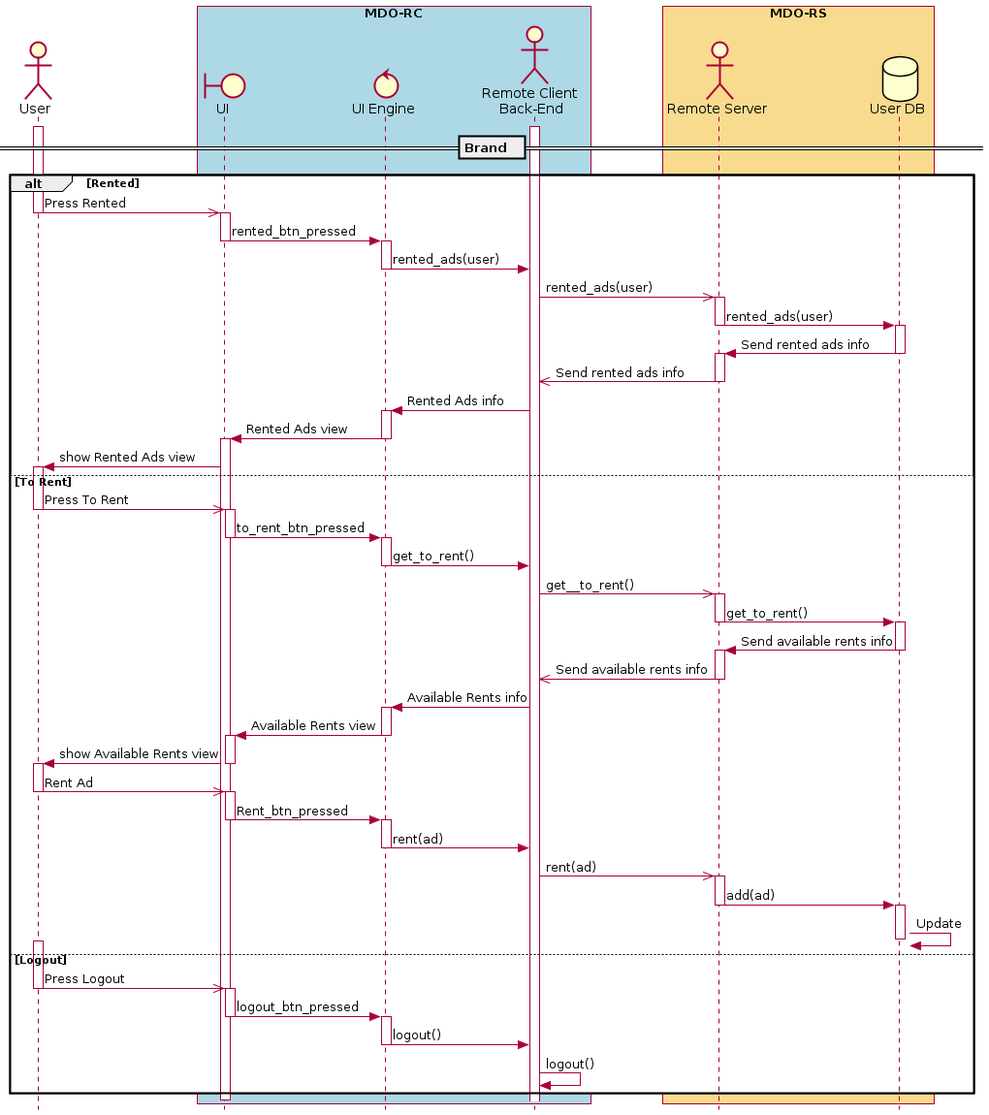
ElectroQuanta/MDO keeps this PlantUML diagram as Proj/diags/plantuml/seq-diag/output/seq-rc-brand.png. Above is the earlier version.
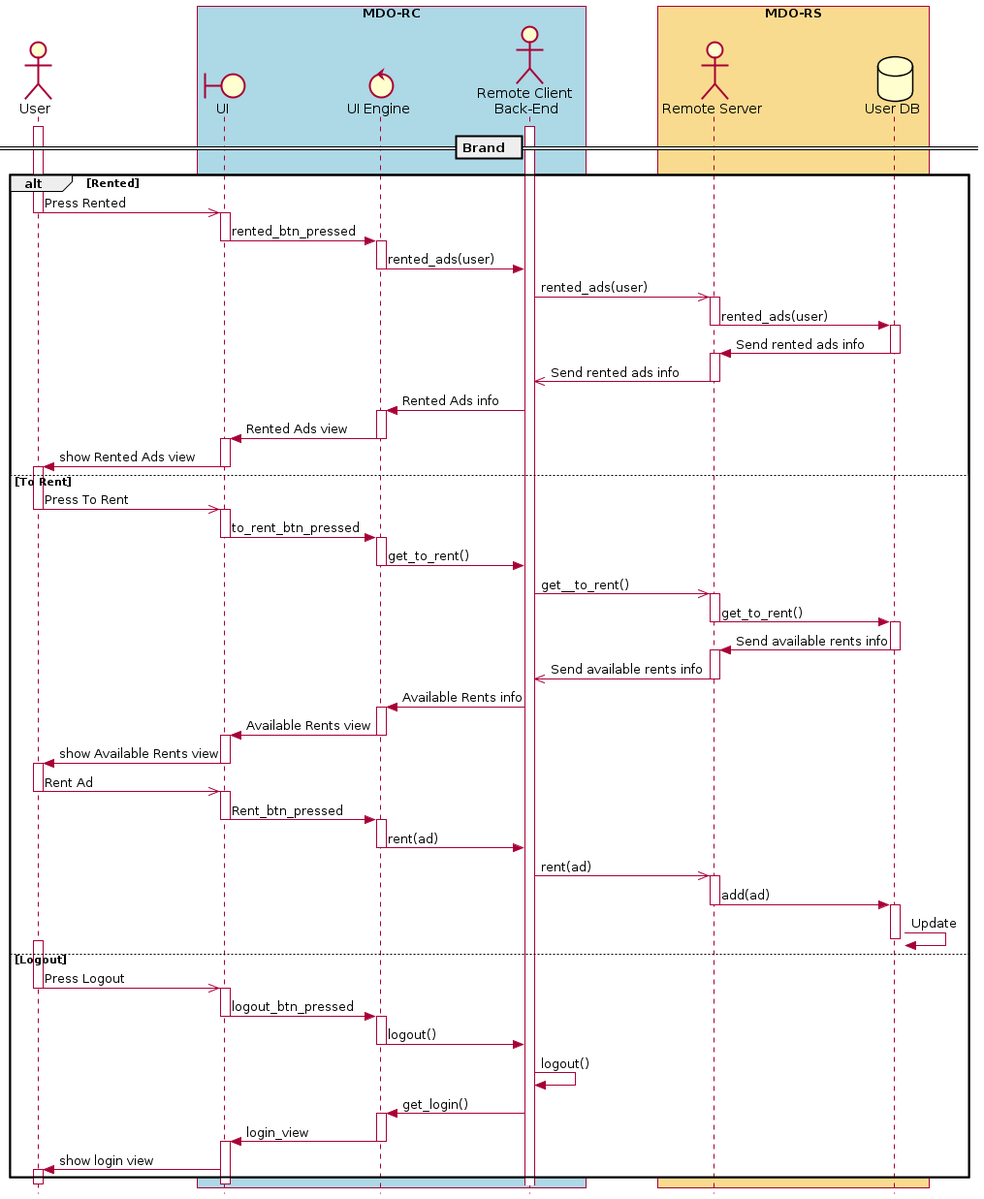
Above is the later version.

Change to the diagram source:
```diff
@@ -42,6 +42,7 @@
  deactivate UIE
  activate UI
  UI -> User : show Rented Ads view
+ deactivate UI
 else To Rent
  activate User
  User ->> UI : Press To Rent
@@ -96,7 +97,14 @@
  UIE -> RC : logout()
  deactivate UIE
  RC -> RC : logout()
- end
+ RC -> UIE : get_login()
+ activate UIE
+ UIE -> UI : login_view
+ deactivate UIE
+ activate UI
+ UI -> User : show login view
+ activate User
+end
 deactivate User
 activate UI
 deactivate UI
```
